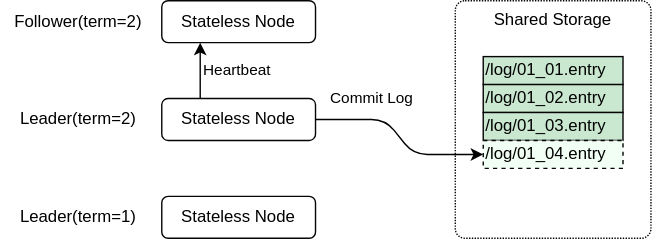
drmingdrmer/suraft keeps this draw.io diagram as rfcs/assets/architecture.drawio.svg. Above is the earlier version. Source tidied: cells renumbered, new cells last; positions are measured from the earlier drawing's top-left corner, leaving out a move shared by most shapes.
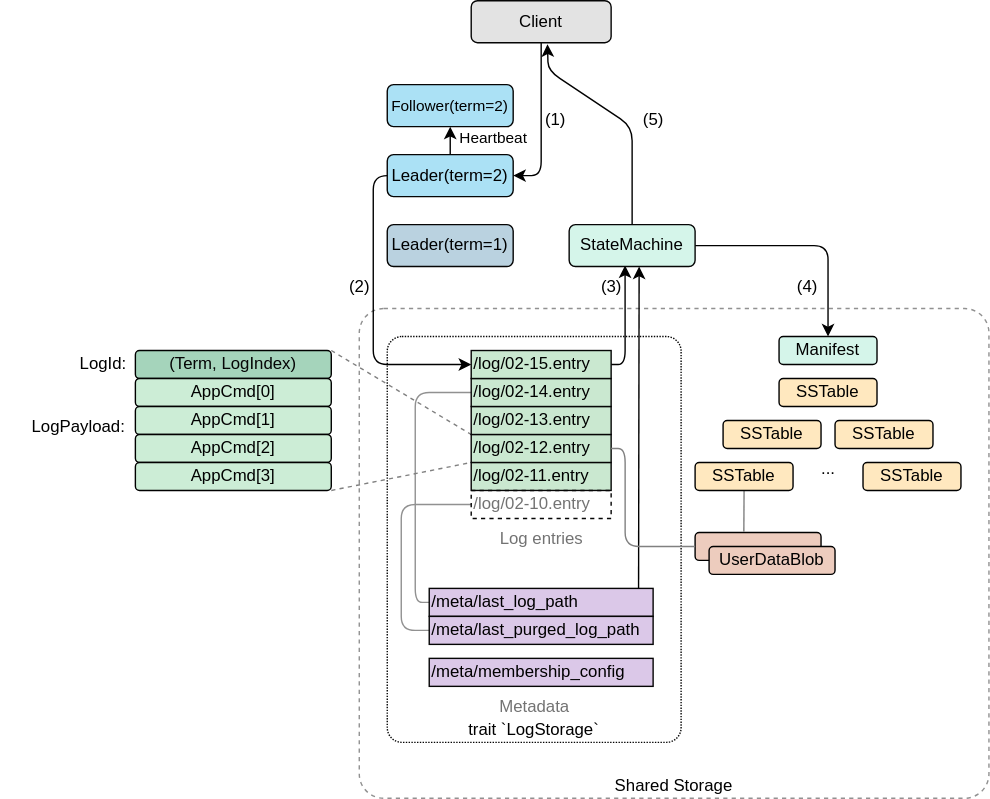
After the change.

Commit message:
refactor: udpate architecture image

Add a full picture of the process handling a write request.

The edit, as a diff of the source:
```diff
@@ -2,49 +2,206 @@
   <root>
     <mxCell id="0" />
     <mxCell id="1" parent="0" />
+    <mxCell id="15" value="(3)" style="text;html=1;align=center;verticalAlign=middle;strokeColor=none;fillColor=none;fontColor=#000000;" parent="1" vertex="1">
+      <mxGeometry x="455" y="-40" width="40" height="30" as="geometry" />
+    </mxCell>
-    <mxCell id="2" value="Shared Storage" style="rounded=1;whiteSpace=wrap;html=1;fillColor=none;strokeColor=#050505;fontColor=#000000;verticalAlign=top;dashed=1;dashPattern=1 1;arcSize=5;" parent="1" vertex="1">
-      <mxGeometry x="325" width="140" height="170" as="geometry" />
+    <mxCell id="2" value="Shared Storage" style="rounded=1;whiteSpace=wrap;html=1;fillColor=none;strokeColor=#919191;fontColor=#000000;verticalAlign=bottom;dashed=1;arcSize=5;strokeWidth=1;" parent="1" vertex="1">
+      <mxGeometry x="295" y="-10" width="450" height="350" as="geometry" />
     </mxCell>
-    <mxCell id="3" value="Stateless Node" style="rounded=1;whiteSpace=wrap;html=1;fillColor=none;strokeColor=#050505;fontColor=#000000;" parent="1" vertex="1">
-      <mxGeometry x="115" width="110" height="30" as="geometry" />
-    </mxCell>
-    <mxCell id="4" value="Commit Log" style="edgeStyle=none;html=1;entryX=0;entryY=0.5;entryDx=0;entryDy=0;fontColor=#000000;strokeColor=#000000;labelBackgroundColor=none;align=center;" parent="1" edge="1" source="6" target="12">
-      <mxGeometry x="-0.39" y="15" relative="1" as="geometry">
-        <Array as="points">
-          <mxPoint x="275" y="85" />
-          <mxPoint x="295" y="110" />
-        </Array>
-      </mxGeometry>
-    </mxCell>
+    <mxCell id="16" value="trait `LogStorage`" style="rounded=1;whiteSpace=wrap;html=1;fillColor=none;strokeColor=#050505;fontColor=#000000;verticalAlign=bottom;dashed=1;dashPattern=1 1;arcSize=5;" parent="1" vertex="1">
+      <mxGeometry x="315" y="10" width="210" height="290" as="geometry" />
+    </mxCell>
+    <mxCell id="17" style="edgeStyle=none;html=1;strokeColor=#919191;entryX=0;entryY=0.5;entryDx=0;entryDy=0;exitX=0;exitY=0.5;exitDx=0;exitDy=0;endArrow=none;endFill=0;" parent="1" edge="1" source="18" target="46">
+      <mxGeometry relative="1" as="geometry">
+        <Array as="points">
+          <mxPoint x="335" y="200" />
+          <mxPoint x="335" y="50" />
+        </Array>
+      </mxGeometry>
+    </mxCell>
+    <mxCell id="18" value="/meta/last_log_path" style="rounded=0;whiteSpace=wrap;html=1;strokeColor=#050505;fontColor=#000000;fillColor=#DBC8E8;align=left;absoluteArcSize=0;" parent="1" vertex="1">
+      <mxGeometry x="345" y="190" width="160" height="20" as="geometry" />
+    </mxCell>
+    <mxCell id="19" style="edgeStyle=none;html=1;exitX=0;exitY=0.5;exitDx=0;exitDy=0;strokeColor=#919191;fontColor=#737373;entryX=0;entryY=0.5;entryDx=0;entryDy=0;endArrow=none;endFill=0;" parent="1" edge="1" source="20" target="47">
+      <mxGeometry relative="1" as="geometry">
+        <Array as="points">
+          <mxPoint x="325" y="220" />
+          <mxPoint x="325" y="130" />
+        </Array>
+      </mxGeometry>
+    </mxCell>
+    <mxCell id="20" value="/meta/last_purged_log_path" style="rounded=0;whiteSpace=wrap;html=1;strokeColor=#050505;fontColor=#000000;fillColor=#DBC8E8;align=left;absoluteArcSize=1;arcSize=12;" parent="1" vertex="1">
+      <mxGeometry x="345" y="210" width="160" height="20" as="geometry" />
+    </mxCell>
+    <mxCell id="21" value="/meta/membership_config" style="rounded=0;whiteSpace=wrap;html=1;strokeColor=#050505;fontColor=#000000;fillColor=#DBC8E8;align=left;absoluteArcSize=0;" parent="1" vertex="1">
+      <mxGeometry x="345" y="240" width="160" height="20" as="geometry" />
+    </mxCell>
+    <mxCell id="22" value="Log entries" style="text;html=1;align=center;verticalAlign=middle;strokeColor=none;fillColor=none;fontColor=#737373;" parent="1" vertex="1">
+      <mxGeometry x="385" y="140" width="80" height="30" as="geometry" />
+    </mxCell>
+    <mxCell id="23" value="Metadata" style="text;html=1;align=center;verticalAlign=middle;strokeColor=none;fillColor=none;fontColor=#737373;" parent="1" vertex="1">
+      <mxGeometry x="385" y="260" width="70" height="30" as="geometry" />
+    </mxCell>
+    <mxCell id="24" value="(Term, LogIndex)" style="rounded=1;whiteSpace=wrap;html=1;fontColor=#050505;fillColor=#A5D4BB;strokeColor=#000;" parent="1" vertex="1">
+      <mxGeometry x="135" y="20" width="140" height="20" as="geometry" />
+    </mxCell>
+    <mxCell id="25" value="AppCmd[0]" style="rounded=1;whiteSpace=wrap;html=1;fontColor=#000000;fillColor=#CCEDD6;strokeColor=#000;" parent="1" vertex="1">
+      <mxGeometry x="135" y="40" width="140" height="20" as="geometry" />
+    </mxCell>
+    <mxCell id="26" value="AppCmd[1]" style="rounded=1;whiteSpace=wrap;html=1;fontColor=#000000;fillColor=#CCEDD6;strokeColor=#000;" parent="1" vertex="1">
+      <mxGeometry x="135" y="60" width="140" height="20" as="geometry" />
+    </mxCell>
+    <mxCell id="27" value="AppCmd[2]" style="rounded=1;whiteSpace=wrap;html=1;fontColor=#000000;fillColor=#CCEDD6;strokeColor=#000;" parent="1" vertex="1">
+      <mxGeometry x="135" y="80" width="140" height="20" as="geometry" />
+    </mxCell>
+    <mxCell id="28" style="endArrow=none;html=1;strokeColor=#808080;fontColor=#000000;exitX=1;exitY=0;exitDx=0;exitDy=0;entryX=0;entryY=0;entryDx=0;entryDy=0;dashed=1;" parent="1" edge="1" source="24" target="10">
+      <mxGeometry relative="1" as="geometry" />
+    </mxCell>
+    <mxCell id="29" style="endArrow=none;html=1;strokeColor=#808080;fontColor=#000000;exitX=1;exitY=1;exitDx=0;exitDy=0;entryX=0;entryY=0;entryDx=0;entryDy=0;dashed=1;" parent="1" edge="1" source="31" target="9">
+      <mxGeometry relative="1" as="geometry" />
+    </mxCell>
+    <mxCell id="30" value="LogPayload:" style="text;html=1;align=right;verticalAlign=middle;strokeColor=none;fillColor=none;fontColor=#000000;" parent="1" vertex="1">
+      <mxGeometry x="39" y="60" width="90" height="30" as="geometry" />
+    </mxCell>
+    <mxCell id="31" value="AppCmd[3]" style="rounded=1;whiteSpace=wrap;html=1;fontColor=#000000;fillColor=#CCEDD6;strokeColor=#000;" parent="1" vertex="1">
+      <mxGeometry x="135" y="100" width="140" height="20" as="geometry" />
+    </mxCell>
+    <mxCell id="32" value="LogId:" style="text;html=1;align=right;verticalAlign=middle;strokeColor=none;fillColor=none;fontColor=#000000;" parent="1" vertex="1">
+      <mxGeometry x="70" y="15" width="60" height="30" as="geometry" />
+    </mxCell>
+    <mxCell id="33" style="edgeStyle=none;html=1;fontColor=#757575;strokeColor=#000000;exitX=1;exitY=0.5;exitDx=0;exitDy=0;entryX=0.444;entryY=0.973;entryDx=0;entryDy=0;entryPerimeter=0;" parent="1" edge="1" source="48" target="37">
+      <mxGeometry relative="1" as="geometry">
+        <Array as="points">
+          <mxPoint x="485" y="30" />
+        </Array>
+      </mxGeometry>
+    </mxCell>
+    <mxCell id="14" value="&lt;span style=&quot;font-size: 11px;&quot;&gt;Follower(term=2)&lt;/span&gt;" style="rounded=1;whiteSpace=wrap;html=1;fillColor=#ABE1F5;strokeColor=#050505;fontColor=#000000;fontSize=11;" parent="1" vertex="1">
+      <mxGeometry x="315" y="-170" width="90" height="30" as="geometry" />
+    </mxCell>
+    <mxCell id="34" style="edgeStyle=none;html=1;entryX=0;entryY=0.5;entryDx=0;entryDy=0;fontColor=#000000;strokeColor=#000000;labelBackgroundColor=none;align=right;exitX=1;exitY=0.5;exitDx=0;exitDy=0;" parent="1" edge="1">
+      <mxGeometry x="-0.31" y="-10" relative="1" as="geometry">
+        <mxPoint x="405" y="-105" as="sourcePoint" />
+        <mxPoint x="375" y="30" as="targetPoint" />
+        <Array as="points">
+          <mxPoint x="305" y="-105" />
+          <mxPoint x="305" y="30" />
+        </Array>
+      </mxGeometry>
+    </mxCell>
-    <mxCell id="5" value="Heartbeat" style="edgeStyle=none;html=1;exitX=0.25;exitY=0;exitDx=0;exitDy=0;entryX=0.25;entryY=1;entryDx=0;entryDy=0;strokeColor=#000000;fontColor=#000000;labelBackgroundColor=none;align=left;" parent="1" edge="1" source="6" target="3">
-      <mxGeometry relative="1" as="geometry" />
+    <mxCell id="5" value="Heartbeat" style="edgeStyle=none;html=1;exitX=0.5;exitY=0;exitDx=0;exitDy=0;entryX=0.5;entryY=1;entryDx=0;entryDy=0;strokeColor=#000000;fontColor=#000000;labelBackgroundColor=none;align=left;" parent="1" edge="1" source="8" target="14">
+      <mxGeometry x="0.2" y="-5" relative="1" as="geometry" />
     </mxCell>
-    <mxCell id="6" value="Stateless Node" style="rounded=1;whiteSpace=wrap;html=1;fillColor=none;strokeColor=#050505;fontColor=#000000;" parent="1" vertex="1">
-      <mxGeometry x="115" y="70" width="110" height="30" as="geometry" />
-    </mxCell>
-    <mxCell id="7" value="Stateless Node" style="rounded=1;whiteSpace=wrap;html=1;fillColor=none;strokeColor=#050505;fontColor=#000000;" parent="1" vertex="1">
-      <mxGeometry x="115" y="140" width="110" height="30" as="geometry" />
-    </mxCell>
-    <mxCell id="8" value="Leader(term=2)" style="text;html=1;align=center;verticalAlign=middle;points=[];strokeColor=none;fillColor=none;fontColor=#000000;" parent="1" vertex="1">
-      <mxGeometry y="70" width="110" height="30" as="geometry" />
+    <mxCell id="8" value="&lt;span style=&quot;&quot;&gt;Leader(term=2)&lt;/span&gt;" style="rounded=1;whiteSpace=wrap;html=1;fillColor=#ABE1F5;strokeColor=#050505;fontColor=#000000;" parent="1" vertex="1">
+      <mxGeometry x="315" y="-120" width="90" height="30" as="geometry" />
     </mxCell>
+    <mxCell id="13" value="&lt;span style=&quot;&quot;&gt;Leader(term=1)&lt;/span&gt;" style="rounded=1;whiteSpace=wrap;html=1;fillColor=#BAD2E0;strokeColor=#050505;fontColor=#000000;" parent="1" vertex="1">
+      <mxGeometry x="315" y="-70" width="90" height="30" as="geometry" />
+    </mxCell>
+    <mxCell id="35" style="edgeStyle=none;html=1;strokeColor=#000000;fontColor=#757575;" parent="1" edge="1" source="37">
+      <mxGeometry relative="1" as="geometry">
+        <mxPoint x="630" y="10" as="targetPoint" />
+        <Array as="points">
+          <mxPoint x="630" y="-55" />
+        </Array>
+      </mxGeometry>
+    </mxCell>
+    <mxCell id="36" style="edgeStyle=none;html=1;entryX=0.545;entryY=1.035;entryDx=0;entryDy=0;strokeColor=#000000;fontColor=#757575;exitX=0.5;exitY=0;exitDx=0;exitDy=0;entryPerimeter=0;" parent="1" edge="1" source="37" target="50">
+      <mxGeometry relative="1" as="geometry">
+        <Array as="points">
+          <mxPoint x="490" y="-140" />
+          <mxPoint x="430" y="-180" />
+        </Array>
+      </mxGeometry>
+    </mxCell>
+    <mxCell id="37" value="StateMachine" style="rounded=1;whiteSpace=wrap;html=1;fillColor=#D5F5EA;strokeColor=#050505;fontColor=#000000;" parent="1" vertex="1">
+      <mxGeometry x="445" y="-70" width="90" height="30" as="geometry" />
+    </mxCell>
+    <mxCell id="38" style="edgeStyle=none;html=1;fontColor=#757575;strokeColor=#000000;exitX=0.935;exitY=-0.006;exitDx=0;exitDy=0;exitPerimeter=0;" parent="1" edge="1" source="18">
+      <mxGeometry relative="1" as="geometry">
+        <mxPoint x="495" y="-40" as="targetPoint" />
+      </mxGeometry>
+    </mxCell>
+    <mxCell id="39" value="SSTable" style="rounded=1;whiteSpace=wrap;html=1;fontColor=#000000;fillColor=#FFE8BF;strokeColor=#000;" parent="1" vertex="1">
+      <mxGeometry x="595" y="40" width="70" height="20" as="geometry" />
+    </mxCell>
+    <mxCell id="40" value="SSTable" style="rounded=1;whiteSpace=wrap;html=1;fontColor=#000000;fillColor=#FFE8BF;strokeColor=#000;" parent="1" vertex="1">
+      <mxGeometry x="555" y="70" width="70" height="20" as="geometry" />
+    </mxCell>
+    <mxCell id="41" value="SSTable" style="rounded=1;whiteSpace=wrap;html=1;fontColor=#000000;fillColor=#FFE8BF;strokeColor=#000;" parent="1" vertex="1">
+      <mxGeometry x="635" y="70" width="70" height="20" as="geometry" />
+    </mxCell>
+    <mxCell id="42" value="SSTable" style="rounded=1;whiteSpace=wrap;html=1;fontColor=#000000;fillColor=#FFE8BF;strokeColor=#000;" parent="1" vertex="1">
+      <mxGeometry x="655" y="100" width="70" height="20" as="geometry" />
+    </mxCell>
+    <mxCell id="43" style="edgeStyle=none;html=1;entryX=0.387;entryY=-0.032;entryDx=0;entryDy=0;strokeColor=#808080;strokeWidth=1;fontColor=#000000;exitX=0.5;exitY=1;exitDx=0;exitDy=0;entryPerimeter=0;endArrow=none;endFill=0;" parent="1" edge="1" source="44" target="56">
+      <mxGeometry relative="1" as="geometry" />
+    </mxCell>
+    <mxCell id="44" value="SSTable" style="rounded=1;whiteSpace=wrap;html=1;fontColor=#000000;fillColor=#FFE8BF;strokeColor=#000;" parent="1" vertex="1">
+      <mxGeometry x="535" y="100" width="70" height="20" as="geometry" />
+    </mxCell>
+    <mxCell id="45" style="group;" parent="1" vertex="1">
+      <mxGeometry x="375" y="20" width="100" height="120" as="geometry" />
+    </mxCell>
-    <mxCell id="9" value="/log/01_01.entry" style="rounded=0;whiteSpace=wrap;html=1;strokeColor=#050505;fontColor=#000000;fillColor=#CAE8D0;align=left;" parent="1" vertex="1">
-      <mxGeometry x="345" y="40" width="100" height="20" as="geometry" />
+    <mxCell id="9" value="/log/02-11.entry" style="rounded=0;whiteSpace=wrap;html=1;strokeColor=#050505;fontColor=#000000;fillColor=#CAE8D0;align=left;" parent="45" vertex="1">
+      <mxGeometry y="80" width="100" height="20" as="geometry" />
     </mxCell>
-    <mxCell id="10" value="/log/01_02.entry" style="rounded=0;whiteSpace=wrap;html=1;strokeColor=#050505;fontColor=#000000;fillColor=#CAE8D0;align=left;" parent="1" vertex="1">
-      <mxGeometry x="345" y="60" width="100" height="20" as="geometry" />
+    <mxCell id="10" value="/log/02-12.entry" style="rounded=0;whiteSpace=wrap;html=1;strokeColor=#050505;fontColor=#000000;fillColor=#CAE8D0;align=left;" parent="45" vertex="1">
+      <mxGeometry y="60" width="100" height="20" as="geometry" />
     </mxCell>
-    <mxCell id="11" value="/log/01_03.entry" style="rounded=0;whiteSpace=wrap;html=1;strokeColor=#050505;fontColor=#000000;fillColor=#CAE8D0;align=left;" parent="1" vertex="1">
-      <mxGeometry x="345" y="80" width="100" height="20" as="geometry" />
+    <mxCell id="11" value="/log/02-13.entry" style="rounded=0;whiteSpace=wrap;html=1;strokeColor=#050505;fontColor=#000000;fillColor=#CAE8D0;align=left;" parent="45" vertex="1">
+      <mxGeometry y="40" width="100" height="20" as="geometry" />
     </mxCell>
-    <mxCell id="12" value="/log/01_04.entry" style="rounded=0;whiteSpace=wrap;html=1;strokeColor=#050505;fontColor=#000000;fillColor=#F2FFF4;align=left;dashed=1;" parent="1" vertex="1">
-      <mxGeometry x="345" y="100" width="100" height="20" as="geometry" />
-    </mxCell>
-    <mxCell id="13" value="Leader(term=1)" style="text;html=1;align=center;verticalAlign=middle;strokeColor=none;fillColor=none;fontColor=#000000;" parent="1" vertex="1">
-      <mxGeometry y="140" width="110" height="30" as="geometry" />
-    </mxCell>
-    <mxCell id="14" value="Follower(term=2)" style="text;html=1;align=center;verticalAlign=middle;points=[];strokeColor=none;fillColor=none;fontColor=#000000;" parent="1" vertex="1">
-      <mxGeometry width="110" height="30" as="geometry" />
-    </mxCell>
+    <mxCell id="46" value="/log/02-14.entry" style="rounded=0;whiteSpace=wrap;html=1;strokeColor=#050505;fontColor=#000000;fillColor=#CAE8D0;align=left;" parent="45" vertex="1">
+      <mxGeometry y="20" width="100" height="20" as="geometry" />
+    </mxCell>
+    <mxCell id="47" value="/log/02-10.entry" style="rounded=0;whiteSpace=wrap;html=1;strokeColor=#050505;fontColor=#737373;fillColor=none;align=left;dashed=1;" parent="45" vertex="1">
+      <mxGeometry y="100" width="100" height="20" as="geometry" />
+    </mxCell>
+    <mxCell id="48" value="/log/02-15.entry" style="rounded=0;whiteSpace=wrap;html=1;strokeColor=#050505;fontColor=#000000;fillColor=#CAE8D0;align=left;" parent="45" vertex="1">
+      <mxGeometry width="100" height="20" as="geometry" />
+    </mxCell>
+    <mxCell id="49" style="edgeStyle=none;html=1;exitX=0.5;exitY=1;exitDx=0;exitDy=0;entryX=1;entryY=0.5;entryDx=0;entryDy=0;strokeColor=#000000;fontColor=#757575;" parent="1" edge="1" source="50" target="8">
+      <mxGeometry relative="1" as="geometry">
+        <Array as="points">
+          <mxPoint x="425" y="-105" />
+        </Array>
+      </mxGeometry>
+    </mxCell>
+    <mxCell id="50" value="Client" style="rounded=1;whiteSpace=wrap;html=1;fillColor=#E3E3E3;strokeColor=#050505;fontColor=#000000;" parent="1" vertex="1">
+      <mxGeometry x="375" y="-230" width="100" height="30" as="geometry" />
+    </mxCell>
+    <mxCell id="51" value="..." style="text;html=1;align=center;verticalAlign=middle;strokeColor=none;fillColor=none;fontColor=#000000;" parent="1" vertex="1">
+      <mxGeometry x="615" y="90" width="30" height="30" as="geometry" />
+    </mxCell>
+    <mxCell id="52" value="(1)" style="text;html=1;align=center;verticalAlign=middle;strokeColor=none;fillColor=none;fontColor=#000000;" parent="1" vertex="1">
+      <mxGeometry x="415" y="-160" width="40" height="30" as="geometry" />
+    </mxCell>
+    <mxCell id="53" value="(2)" style="text;html=1;align=center;verticalAlign=middle;strokeColor=none;fillColor=none;fontColor=#000000;" parent="1" vertex="1">
+      <mxGeometry x="275" y="-40" width="40" height="30" as="geometry" />
+    </mxCell>
+    <mxCell id="54" value="(4)" style="text;html=1;align=center;verticalAlign=middle;strokeColor=none;fillColor=none;fontColor=#000000;" parent="1" vertex="1">
+      <mxGeometry x="595" y="-40" width="40" height="30" as="geometry" />
+    </mxCell>
+    <mxCell id="55" value="(5)" style="text;html=1;align=center;verticalAlign=middle;strokeColor=none;fillColor=none;fontColor=#000000;" parent="1" vertex="1">
+      <mxGeometry x="485" y="-160" width="40" height="30" as="geometry" />
+    </mxCell>
+    <mxCell id="56" style="rounded=1;whiteSpace=wrap;html=1;fontColor=#000000;fillColor=#EDCCBE;strokeColor=#000;" parent="1" vertex="1">
+      <mxGeometry x="535" y="150" width="90" height="20" as="geometry" />
+    </mxCell>
+    <mxCell id="57" value="Manifest" style="rounded=1;whiteSpace=wrap;html=1;fontColor=#000000;fillColor=#D5F5EA;strokeColor=#000;" parent="1" vertex="1">
+      <mxGeometry x="595" y="10" width="70" height="20" as="geometry" />
+    </mxCell>
+    <mxCell id="58" value="UserDataBlob" style="rounded=1;whiteSpace=wrap;html=1;fontColor=#000000;fillColor=#EDCCBE;strokeColor=#000;" parent="1" vertex="1">
+      <mxGeometry x="545" y="160" width="90" height="20" as="geometry" />
+    </mxCell>
+    <mxCell id="59" style="edgeStyle=none;html=1;exitX=1;exitY=0.5;exitDx=0;exitDy=0;entryX=0;entryY=0.5;entryDx=0;entryDy=0;strokeColor=#808080;strokeWidth=1;fontColor=#000000;endArrow=none;endFill=0;" parent="1" edge="1" source="10" target="56">
+      <mxGeometry relative="1" as="geometry">
+        <Array as="points">
+          <mxPoint x="485" y="90" />
+          <mxPoint x="485" y="160" />
+        </Array>
+      </mxGeometry>
+    </mxCell>
   </root>
 </mxGraphModel>
```
